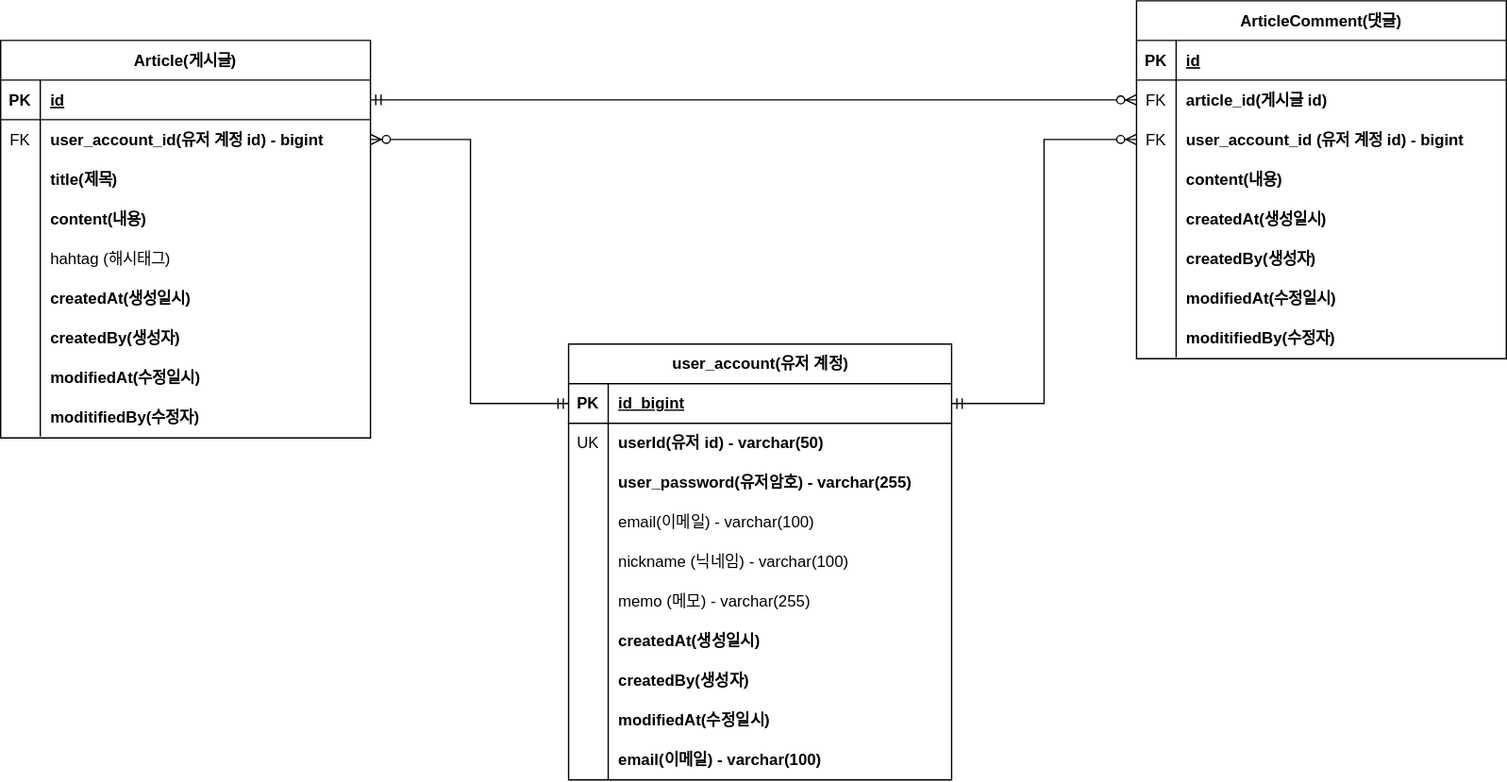
The draw.io diagram document/project-board-erd.svg in dongmin132/board-springBoot, before a commit. Source tidied: cells renumbered, new cells last; positions are measured from the earlier drawing's top-left corner, leaving out a move shared by most shapes.
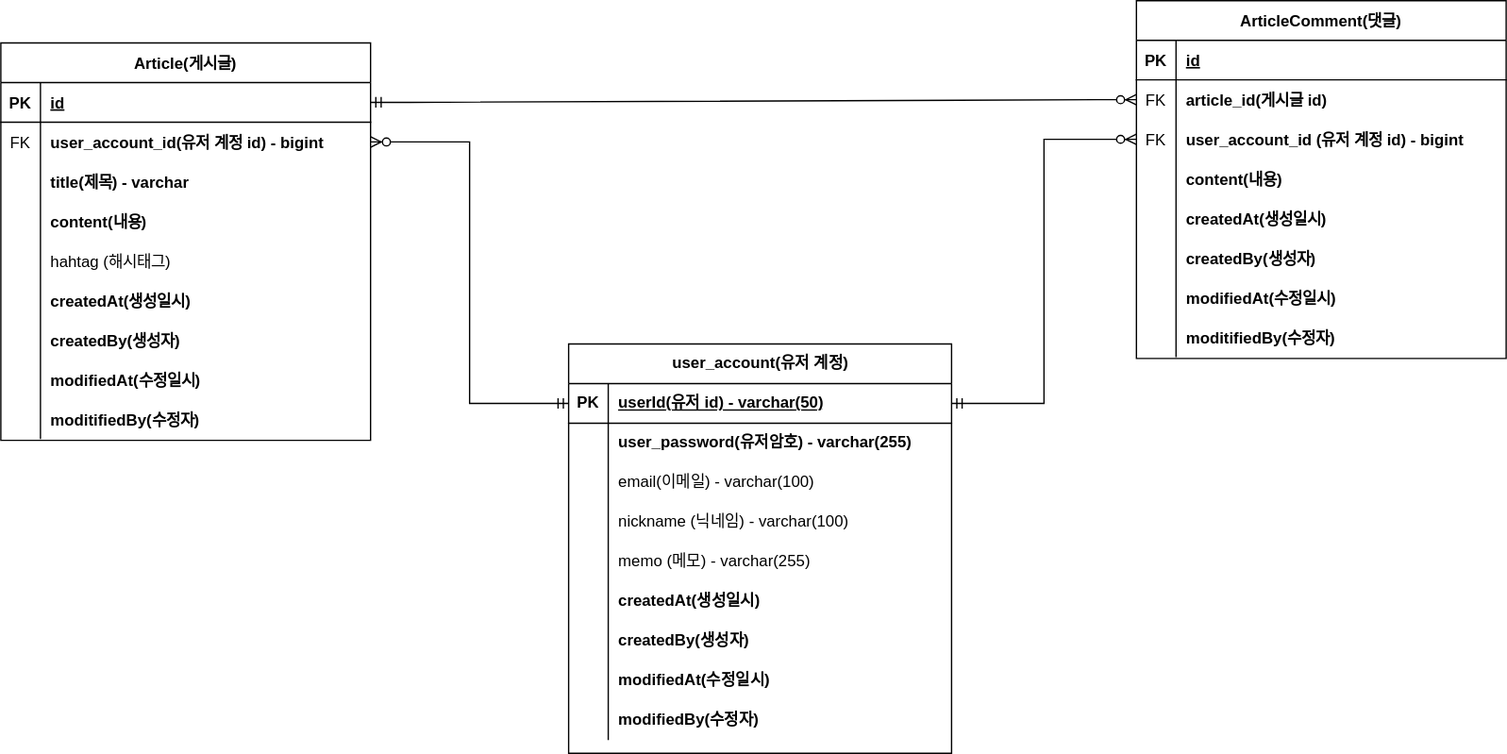
Later version of the same file.

Commit message:
erd 문서 수정: 회원계정 user_id를 PK로 변경

Change to the diagram source:
```diff
@@ -3,7 +3,7 @@
     <mxCell id="0" />
     <mxCell id="1" parent="0" />
     <mxCell id="2" value="Article(게시글)" style="shape=table;startSize=30;rowLines=0;fontStyle=1;align=center;" parent="1" vertex="1">
-      <mxGeometry y="30" width="280" height="301" as="geometry" />
+      <mxGeometry y="32" width="280" height="301" as="geometry" />
     </mxCell>
     <mxCell id="3" style="shape=partialRectangle;fillColor=none;points=[[0,0.5],[1,0.5]];portConstraint=eastwest;top=0;left=0;right=0;bottom=1;" parent="2" vertex="1">
       <mxGeometry y="30" width="280" height="30" as="geometry" />
@@ -29,7 +29,7 @@
     <mxCell id="10" style="shape=partialRectangle;overflow=hidden;fillColor=none;top=0;left=0;bottom=0;right=0;" parent="9" vertex="1">
       <mxGeometry width="30" height="30" as="geometry" />
     </mxCell>
-    <mxCell id="11" value="title(제목)" style="shape=partialRectangle;overflow=hidden;fillColor=none;top=0;left=0;bottom=0;right=0;align=left;spacingLeft=6;fontStyle=1;" parent="9" vertex="1">
+    <mxCell id="11" value="title(제목) - varchar" style="shape=partialRectangle;overflow=hidden;fillColor=none;top=0;left=0;bottom=0;right=0;align=left;spacingLeft=6;fontStyle=1;" parent="9" vertex="1">
       <mxGeometry x="30" width="250" height="30" as="geometry" />
     </mxCell>
     <mxCell id="12" style="shape=partialRectangle;fillColor=none;top=0;left=0;right=0;bottom=0;" parent="2" vertex="1">
@@ -162,7 +162,7 @@
       <mxGeometry x="30" width="250" height="30" as="geometry" />
     </mxCell>
     <mxCell id="55" value="user_account(유저 계정)" style="shape=table;startSize=30;rowLines=0;fontStyle=1;align=center;html=1;" parent="1" vertex="1">
-      <mxGeometry x="430" y="260" width="290" height="330" as="geometry" />
+      <mxGeometry x="430" y="260" width="290" height="310" as="geometry" />
     </mxCell>
     <mxCell id="56" style="shape=tableRow;horizontal=0;startSize=0;swimlaneHead=0;swimlaneBody=0;fillColor=none;points=[[0,0.5],[1,0.5]];portConstraint=eastwest;top=0;left=0;right=0;bottom=1;" parent="55" vertex="1">
       <mxGeometry y="30" width="290" height="30" as="geometry" />
@@ -170,20 +170,11 @@
     <mxCell id="57" value="PK" style="shape=partialRectangle;fillColor=none;top=0;left=0;bottom=0;right=0;fontStyle=1;overflow=hidden;whiteSpace=wrap;html=1;" parent="56" vertex="1">
       <mxGeometry width="30" height="30" as="geometry" />
     </mxCell>
-    <mxCell id="58" value="id_bigint&lt;br&gt;" style="shape=partialRectangle;fillColor=none;top=0;left=0;bottom=0;right=0;align=left;spacingLeft=6;fontStyle=5;overflow=hidden;whiteSpace=wrap;html=1;" parent="56" vertex="1">
+    <mxCell id="58" value="&lt;b style=&quot;border-color: var(--border-color);&quot;&gt;userId(유저 id) - varchar(50)&lt;/b&gt;" style="shape=partialRectangle;fillColor=none;top=0;left=0;bottom=0;right=0;align=left;spacingLeft=6;fontStyle=5;overflow=hidden;whiteSpace=wrap;html=1;" parent="56" vertex="1">
       <mxGeometry x="30" width="260" height="30" as="geometry" />
     </mxCell>
-    <mxCell id="59" style="shape=tableRow;horizontal=0;startSize=0;swimlaneHead=0;swimlaneBody=0;fillColor=none;top=0;left=0;right=0;bottom=0;fontStyle=1;" parent="55" vertex="1">
-      <mxGeometry y="60" width="290" height="30" as="geometry" />
-    </mxCell>
-    <mxCell id="60" value="UK" style="shape=partialRectangle;fillColor=none;top=0;left=0;bottom=0;right=0;overflow=hidden;whiteSpace=wrap;html=1;" parent="59" vertex="1">
-      <mxGeometry width="30" height="30" as="geometry" />
-    </mxCell>
-    <mxCell id="61" value="&lt;b&gt;userId(유저 id) - varchar(50)&lt;/b&gt;" style="shape=partialRectangle;fillColor=none;top=0;left=0;bottom=0;right=0;align=left;spacingLeft=6;overflow=hidden;whiteSpace=wrap;html=1;" parent="59" vertex="1">
-      <mxGeometry x="30" width="260" height="30" as="geometry" />
-    </mxCell>
     <mxCell id="62" style="shape=tableRow;horizontal=0;startSize=0;swimlaneHead=0;swimlaneBody=0;fillColor=none;top=0;left=0;right=0;bottom=0;" parent="55" vertex="1">
-      <mxGeometry y="90" width="290" height="30" as="geometry" />
+      <mxGeometry y="60" width="290" height="30" as="geometry" />
     </mxCell>
     <mxCell id="63" style="shape=partialRectangle;fillColor=none;top=0;left=0;bottom=0;right=0;overflow=hidden;whiteSpace=wrap;html=1;" parent="62" vertex="1">
       <mxGeometry width="30" height="30" as="geometry" />
@@ -192,7 +183,7 @@
       <mxGeometry x="30" width="260" height="30" as="geometry" />
     </mxCell>
     <mxCell id="65" style="shape=tableRow;horizontal=0;startSize=0;swimlaneHead=0;swimlaneBody=0;fillColor=none;top=0;left=0;right=0;bottom=0;" parent="55" vertex="1">
-      <mxGeometry y="120" width="290" height="30" as="geometry" />
+      <mxGeometry y="90" width="290" height="30" as="geometry" />
     </mxCell>
     <mxCell id="66" style="shape=partialRectangle;fillColor=none;top=0;left=0;bottom=0;right=0;overflow=hidden;whiteSpace=wrap;html=1;" parent="65" vertex="1">
       <mxGeometry width="30" height="30" as="geometry" />
@@ -201,7 +192,7 @@
       <mxGeometry x="30" width="260" height="30" as="geometry" />
     </mxCell>
     <mxCell id="68" style="shape=tableRow;horizontal=0;startSize=0;swimlaneHead=0;swimlaneBody=0;fillColor=none;top=0;left=0;right=0;bottom=0;" parent="55" vertex="1">
-      <mxGeometry y="150" width="290" height="30" as="geometry" />
+      <mxGeometry y="120" width="290" height="30" as="geometry" />
     </mxCell>
     <mxCell id="69" style="shape=partialRectangle;fillColor=none;top=0;left=0;bottom=0;right=0;overflow=hidden;whiteSpace=wrap;html=1;" parent="68" vertex="1">
       <mxGeometry width="30" height="30" as="geometry" />
@@ -210,7 +201,7 @@
       <mxGeometry x="30" width="260" height="30" as="geometry" />
     </mxCell>
     <mxCell id="71" style="shape=tableRow;horizontal=0;startSize=0;swimlaneHead=0;swimlaneBody=0;fillColor=none;top=0;left=0;right=0;bottom=0;" parent="55" vertex="1">
-      <mxGeometry y="180" width="290" height="30" as="geometry" />
+      <mxGeometry y="150" width="290" height="30" as="geometry" />
     </mxCell>
     <mxCell id="72" style="shape=partialRectangle;fillColor=none;top=0;left=0;bottom=0;right=0;overflow=hidden;whiteSpace=wrap;html=1;" parent="71" vertex="1">
       <mxGeometry width="30" height="30" as="geometry" />
@@ -219,7 +210,7 @@
       <mxGeometry x="30" width="260" height="30" as="geometry" />
     </mxCell>
     <mxCell id="74" style="shape=tableRow;horizontal=0;startSize=0;swimlaneHead=0;swimlaneBody=0;fillColor=none;top=0;left=0;right=0;bottom=0;" parent="55" vertex="1">
-      <mxGeometry y="210" width="290" height="30" as="geometry" />
+      <mxGeometry y="180" width="290" height="30" as="geometry" />
     </mxCell>
     <mxCell id="75" style="shape=partialRectangle;fillColor=none;top=0;left=0;bottom=0;right=0;overflow=hidden;whiteSpace=wrap;html=1;" parent="74" vertex="1">
       <mxGeometry width="30" height="30" as="geometry" />
@@ -228,7 +219,7 @@
       <mxGeometry x="30" width="260" height="30" as="geometry" />
     </mxCell>
     <mxCell id="77" style="shape=tableRow;horizontal=0;startSize=0;swimlaneHead=0;swimlaneBody=0;fillColor=none;top=0;left=0;right=0;bottom=0;" parent="55" vertex="1">
-      <mxGeometry y="240" width="290" height="30" as="geometry" />
+      <mxGeometry y="210" width="290" height="30" as="geometry" />
     </mxCell>
     <mxCell id="78" style="shape=partialRectangle;fillColor=none;top=0;left=0;bottom=0;right=0;overflow=hidden;whiteSpace=wrap;html=1;" parent="77" vertex="1">
       <mxGeometry width="30" height="30" as="geometry" />
@@ -237,7 +228,7 @@
       <mxGeometry x="30" width="260" height="30" as="geometry" />
     </mxCell>
     <mxCell id="80" style="shape=tableRow;horizontal=0;startSize=0;swimlaneHead=0;swimlaneBody=0;fillColor=none;top=0;left=0;right=0;bottom=0;" parent="55" vertex="1">
-      <mxGeometry y="270" width="290" height="30" as="geometry" />
+      <mxGeometry y="240" width="290" height="30" as="geometry" />
     </mxCell>
     <mxCell id="81" style="shape=partialRectangle;fillColor=none;top=0;left=0;bottom=0;right=0;overflow=hidden;whiteSpace=wrap;html=1;" parent="80" vertex="1">
       <mxGeometry width="30" height="30" as="geometry" />
@@ -246,12 +237,12 @@
       <mxGeometry x="30" width="260" height="30" as="geometry" />
     </mxCell>
     <mxCell id="83" style="shape=tableRow;horizontal=0;startSize=0;swimlaneHead=0;swimlaneBody=0;fillColor=none;top=0;left=0;right=0;bottom=0;" parent="55" vertex="1">
-      <mxGeometry y="300" width="290" height="30" as="geometry" />
+      <mxGeometry y="270" width="290" height="30" as="geometry" />
     </mxCell>
     <mxCell id="84" style="shape=partialRectangle;fillColor=none;top=0;left=0;bottom=0;right=0;overflow=hidden;whiteSpace=wrap;html=1;" parent="83" vertex="1">
       <mxGeometry width="30" height="30" as="geometry" />
     </mxCell>
-    <mxCell id="85" value="&lt;b&gt;email(이메일) - varchar(100)&lt;/b&gt;" style="shape=partialRectangle;fillColor=none;top=0;left=0;bottom=0;right=0;align=left;spacingLeft=6;overflow=hidden;whiteSpace=wrap;html=1;" parent="83" vertex="1">
+    <mxCell id="85" style="shape=partialRectangle;fillColor=none;top=0;left=0;bottom=0;right=0;align=left;spacingLeft=6;overflow=hidden;whiteSpace=wrap;html=1;" parent="83" vertex="1">
       <mxGeometry x="30" width="260" height="30" as="geometry" />
     </mxCell>
     <mxCell id="86" style="edgeStyle=entityRelationEdgeStyle;fontSize=12;html=1;endArrow=ERzeroToMany;startArrow=ERmandOne;rounded=0;" parent="1" edge="1" source="3" target="34">
@@ -263,5 +254,8 @@
     <mxCell id="88" style="edgeStyle=elbowEdgeStyle;fontSize=12;html=1;endArrow=ERzeroToMany;startArrow=ERmandOne;rounded=0;" parent="1" edge="1" source="56" target="37">
       <mxGeometry relative="1" as="geometry" />
     </mxCell>
+    <mxCell id="89" value="&lt;b&gt;modifiedBy(수정자)&lt;/b&gt;" style="shape=partialRectangle;fillColor=none;top=0;left=0;bottom=0;right=0;align=left;spacingLeft=6;overflow=hidden;whiteSpace=wrap;html=1;" parent="1" vertex="1">
+      <mxGeometry x="460" y="530" width="260" height="30" as="geometry" />
+    </mxCell>
   </root>
 </mxGraphModel>
```
